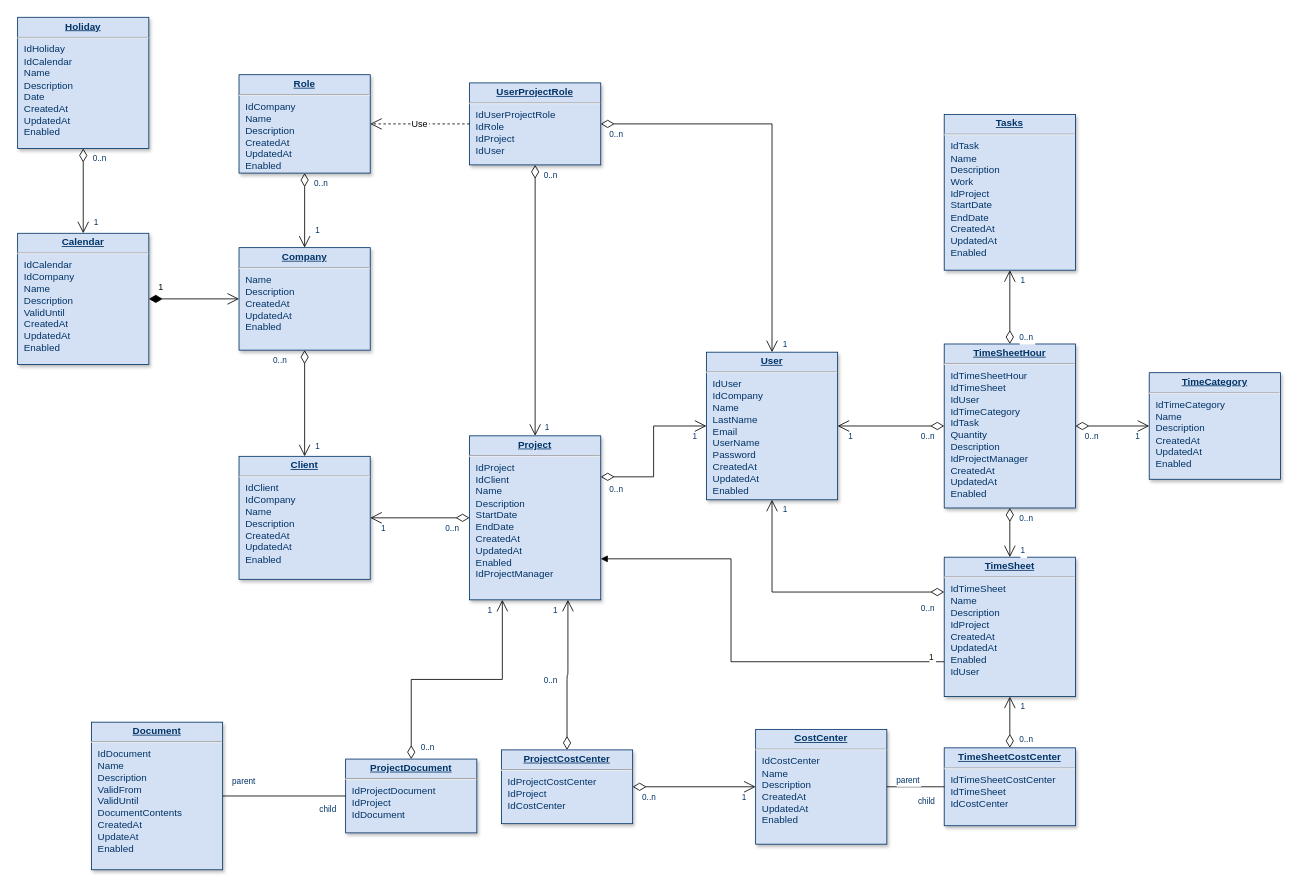
susbiswas/njit-dbms-project2 keeps this draw.io diagram as Untitled Diagram.drawio. Above is the earlier version. Source tidied: cells renumbered, new cells numbered last; positions are measured from the earlier drawing's top-left corner, leaving out a move shared by most shapes. Both pictures are drawn from the tidied source at 82%, with x=0, y=0 at pixel (17, 17).
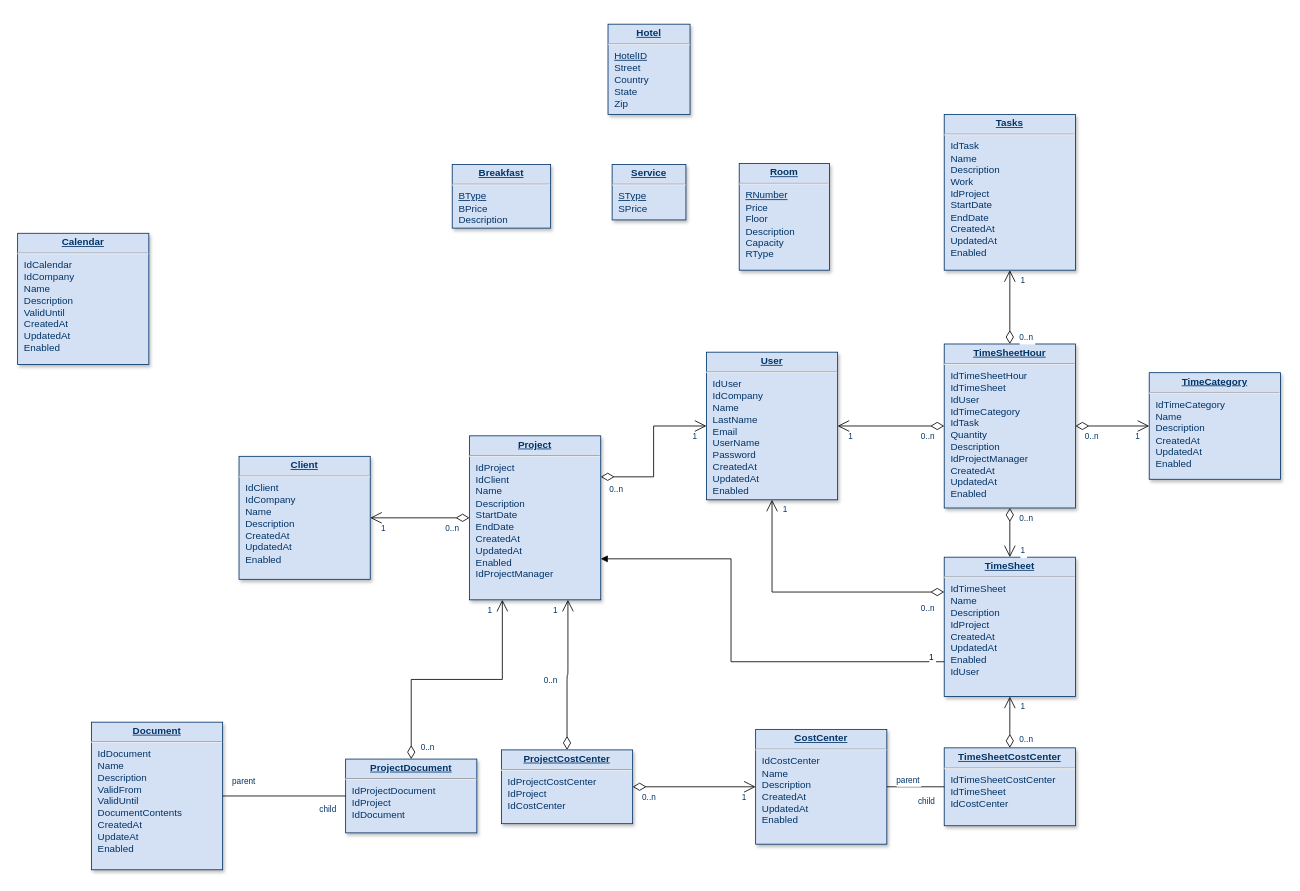
The same diagram, later.

Unchanged cells that the change refers to:
```xml
<mxCell id="4" value="&lt;p style=&quot;margin: 0px; margin-top: 4px; text-align: center; text-decoration: underline;&quot;&gt;&lt;strong&gt;Calendar&lt;/strong&gt;&lt;/p&gt;&lt;hr /&gt;&lt;p style=&quot;margin: 0px; margin-left: 8px;&quot;&gt;IdCalendar&lt;/p&gt;&lt;p style=&quot;margin: 0px; margin-left: 8px;&quot;&gt;IdCompany&lt;/p&gt;&lt;p style=&quot;margin: 0px; margin-left: 8px;&quot;&gt;Name&lt;/p&gt;&lt;p style=&quot;margin: 0px; margin-left: 8px;&quot;&gt;Description&lt;/p&gt;&lt;p style=&quot;margin: 0px; margin-left: 8px;&quot;&gt;ValidUntil&lt;/p&gt;&lt;p style=&quot;margin: 0px; margin-left: 8px;&quot;&gt;CreatedAt&lt;/p&gt;&lt;p style=&quot;margin: 0px; margin-left: 8px;&quot;&gt;UpdatedAt&lt;/p&gt;&lt;p style=&quot;margin: 0px; margin-left: 8px;&quot;&gt;Enabled&lt;/p&gt;" style="verticalAlign=top;align=left;overflow=fill;fontSize=12;fontFamily=Helvetica;html=1;strokeColor=#003366;shadow=1;fillColor=#D4E1F5;fontColor=#003366;" parent="1" vertex="1">
  <mxGeometry y="263" width="160" height="160" as="geometry" />
</mxCell>
<mxCell id="5" value="&lt;p style=&quot;margin: 0px; margin-top: 4px; text-align: center; text-decoration: underline;&quot;&gt;&lt;strong&gt;User&lt;/strong&gt;&lt;/p&gt;&lt;hr /&gt;&lt;p style=&quot;margin: 0px; margin-left: 8px;&quot;&gt;IdUser&lt;/p&gt;&lt;p style=&quot;margin: 0px; margin-left: 8px;&quot;&gt;IdCompany&lt;/p&gt;&lt;p style=&quot;margin: 0px; margin-left: 8px;&quot;&gt;Name&lt;/p&gt;&lt;p style=&quot;margin: 0px; margin-left: 8px;&quot;&gt;LastName&lt;/p&gt;&lt;p style=&quot;margin: 0px; margin-left: 8px;&quot;&gt;Email&lt;/p&gt;&lt;p style=&quot;margin: 0px; margin-left: 8px;&quot;&gt;UserName&lt;/p&gt;&lt;p style=&quot;margin: 0px; margin-left: 8px;&quot;&gt;Password&lt;/p&gt;&lt;p style=&quot;margin: 0px; margin-left: 8px;&quot;&gt;CreatedAt&lt;/p&gt;&lt;p style=&quot;margin: 0px; margin-left: 8px;&quot;&gt;UpdatedAt&lt;/p&gt;&lt;p style=&quot;margin: 0px; margin-left: 8px;&quot;&gt;Enabled&lt;/p&gt;" style="verticalAlign=top;align=left;overflow=fill;fontSize=12;fontFamily=Helvetica;html=1;strokeColor=#003366;shadow=1;fillColor=#D4E1F5;fontColor=#003366;" parent="1" vertex="1">
  <mxGeometry x="840" y="408" width="160" height="180" as="geometry" />
</mxCell>
<mxCell id="7" value="&lt;p style=&quot;margin: 0px; margin-top: 4px; text-align: center; text-decoration: underline;&quot;&gt;&lt;strong&gt;Client&lt;/strong&gt;&lt;/p&gt;&lt;hr /&gt;&lt;p style=&quot;margin: 0px; margin-left: 8px;&quot;&gt;IdClient&lt;/p&gt;&lt;p style=&quot;margin: 0px; margin-left: 8px;&quot;&gt;IdCompany&lt;/p&gt;&lt;p style=&quot;margin: 0px; margin-left: 8px;&quot;&gt;Name&lt;/p&gt;&lt;p style=&quot;margin: 0px; margin-left: 8px;&quot;&gt;Description&lt;/p&gt;&lt;p style=&quot;margin: 0px; margin-left: 8px;&quot;&gt;CreatedAt&lt;/p&gt;&lt;p style=&quot;margin: 0px; margin-left: 8px;&quot;&gt;UpdatedAt&lt;/p&gt;&lt;p style=&quot;margin: 0px; margin-left: 8px;&quot;&gt;Enabled&lt;/p&gt;" style="verticalAlign=top;align=left;overflow=fill;fontSize=12;fontFamily=Helvetica;html=1;strokeColor=#003366;shadow=1;fillColor=#D4E1F5;fontColor=#003366;" parent="1" vertex="1">
  <mxGeometry x="270" y="535" width="160" height="150" as="geometry" />
</mxCell>
<mxCell id="12" value="&lt;p style=&quot;margin: 0px; margin-top: 4px; text-align: center; text-decoration: underline;&quot;&gt;&lt;strong&gt;Project&lt;/strong&gt;&lt;/p&gt;&lt;hr /&gt;&lt;p style=&quot;margin: 0px; margin-left: 8px;&quot;&gt;IdProject&lt;/p&gt;&lt;p style=&quot;margin: 0px; margin-left: 8px;&quot;&gt;IdClient&lt;/p&gt;&lt;p style=&quot;margin: 0px; margin-left: 8px;&quot;&gt;Name&lt;/p&gt;&lt;p style=&quot;margin: 0px; margin-left: 8px;&quot;&gt;Description&lt;/p&gt;&lt;p style=&quot;margin: 0px; margin-left: 8px;&quot;&gt;StartDate&lt;/p&gt;&lt;p style=&quot;margin: 0px; margin-left: 8px;&quot;&gt;EndDate&lt;/p&gt;&lt;p style=&quot;margin: 0px; margin-left: 8px;&quot;&gt;CreatedAt&lt;/p&gt;&lt;p style=&quot;margin: 0px; margin-left: 8px;&quot;&gt;UpdatedAt&lt;/p&gt;&lt;p style=&quot;margin: 0px; margin-left: 8px;&quot;&gt;Enabled&lt;br /&gt;IdProjectManager&lt;/p&gt;" style="verticalAlign=top;align=left;overflow=fill;fontSize=12;fontFamily=Helvetica;html=1;strokeColor=#003366;shadow=1;fillColor=#D4E1F5;fontColor=#003366;" parent="1" vertex="1">
  <mxGeometry x="551.1" y="510" width="160" height="200" as="geometry" />
</mxCell>
```

The edit, as a diff of the source:
```diff
@@
-    <mxCell id="2" value="&lt;p style=&quot;margin: 0px; margin-top: 4px; text-align: center; text-decoration: underline;&quot;&gt;&lt;strong&gt;Role&lt;/strong&gt;&lt;/p&gt;&lt;hr /&gt;&lt;p style=&quot;margin: 0px; margin-left: 8px;&quot;&gt;IdCompany&lt;br /&gt;Name&lt;/p&gt;&lt;p style=&quot;margin: 0px; margin-left: 8px;&quot;&gt;Description&lt;/p&gt;&lt;p style=&quot;margin: 0px; margin-left: 8px;&quot;&gt;CreatedAt&lt;/p&gt;&lt;p style=&quot;margin: 0px; margin-left: 8px;&quot;&gt;UpdatedAt&lt;/p&gt;&lt;p style=&quot;margin: 0px; margin-left: 8px;&quot;&gt;Enabled&lt;/p&gt;" style="verticalAlign=top;align=left;overflow=fill;fontSize=12;fontFamily=Helvetica;html=1;strokeColor=#003366;shadow=1;fillColor=#D4E1F5;fontColor=#003366;" parent="1" vertex="1">
-      <mxGeometry x="270" y="69.6" width="160" height="120" as="geometry" />
+    <mxCell id="2" value="&lt;p style=&quot;margin: 0px ; margin-top: 4px ; text-align: center ; text-decoration: underline&quot;&gt;&lt;b&gt;Service&lt;/b&gt;&lt;/p&gt;&lt;hr&gt;&lt;p style=&quot;margin: 0px ; margin-left: 8px&quot;&gt;&lt;u&gt;SType&lt;/u&gt;&lt;/p&gt;&lt;p style=&quot;margin: 0px ; margin-left: 8px&quot;&gt;SPrice&lt;/p&gt;" style="verticalAlign=top;align=left;overflow=fill;fontSize=12;fontFamily=Helvetica;html=1;strokeColor=#003366;shadow=1;fillColor=#D4E1F5;fontColor=#003366;" parent="1" vertex="1">
+      <mxGeometry x="725" y="179.2" width="90" height="67.5" as="geometry" />
     </mxCell>
-    <mxCell id="3" value="&lt;p style=&quot;margin: 0px; margin-top: 4px; text-align: center; text-decoration: underline;&quot;&gt;&lt;strong&gt;Company&lt;/strong&gt;&lt;/p&gt;&lt;hr /&gt;&lt;p style=&quot;margin: 0px; margin-left: 8px;&quot;&gt;Name&lt;/p&gt;&lt;p style=&quot;margin: 0px; margin-left: 8px;&quot;&gt;Description&lt;/p&gt;&lt;p style=&quot;margin: 0px; margin-left: 8px;&quot;&gt;CreatedAt&lt;/p&gt;&lt;p style=&quot;margin: 0px; margin-left: 8px;&quot;&gt;UpdatedAt&lt;/p&gt;&lt;p style=&quot;margin: 0px; margin-left: 8px;&quot;&gt;Enabled&lt;/p&gt;" style="verticalAlign=top;align=left;overflow=fill;fontSize=12;fontFamily=Helvetica;html=1;strokeColor=#003366;shadow=1;fillColor=#D4E1F5;fontColor=#003366;" parent="1" vertex="1">
-      <mxGeometry x="270" y="280.5" width="160" height="125" as="geometry" />
+    <mxCell id="3" value="&lt;p style=&quot;margin: 0px ; margin-top: 4px ; text-align: center ; text-decoration: underline&quot;&gt;&lt;b&gt;Breakfast&lt;/b&gt;&lt;/p&gt;&lt;hr&gt;&lt;p style=&quot;margin: 0px ; margin-left: 8px&quot;&gt;&lt;u&gt;BType&lt;/u&gt;&lt;/p&gt;&lt;p style=&quot;margin: 0px ; margin-left: 8px&quot;&gt;BPrice&lt;/p&gt;&lt;p style=&quot;margin: 0px ; margin-left: 8px&quot;&gt;Description&lt;/p&gt;" style="verticalAlign=top;align=left;overflow=fill;fontSize=12;fontFamily=Helvetica;html=1;strokeColor=#003366;shadow=1;fillColor=#D4E1F5;fontColor=#003366;" parent="1" vertex="1">
+      <mxGeometry x="530" y="179.2" width="120" height="77.5" as="geometry" />
     </mxCell>
@@
-    <mxCell id="6" value="&lt;p style=&quot;margin: 0px; margin-top: 4px; text-align: center; text-decoration: underline;&quot;&gt;&lt;strong&gt;UserProjectRole&lt;/strong&gt;&lt;/p&gt;&lt;hr /&gt;&lt;p style=&quot;margin: 0px; margin-left: 8px;&quot;&gt;IdUserProjectRole&lt;/p&gt;&lt;p style=&quot;margin: 0px; margin-left: 8px;&quot;&gt;IdRole&lt;/p&gt;&lt;p style=&quot;margin: 0px; margin-left: 8px;&quot;&gt;IdProject&lt;/p&gt;&lt;p style=&quot;margin: 0px; margin-left: 8px;&quot;&gt;IdUser&lt;/p&gt;" style="verticalAlign=top;align=left;overflow=fill;fontSize=12;fontFamily=Helvetica;html=1;strokeColor=#003366;shadow=1;fillColor=#D4E1F5;fontColor=#003366;" parent="1" vertex="1">
-      <mxGeometry x="551.1" y="79.6" width="160" height="100" as="geometry" />
+    <mxCell id="6" value="&lt;p style=&quot;margin: 0px ; margin-top: 4px ; text-align: center ; text-decoration: underline&quot;&gt;&lt;b&gt;Room&lt;/b&gt;&lt;/p&gt;&lt;hr&gt;&lt;p style=&quot;margin: 0px ; margin-left: 8px&quot;&gt;&lt;u&gt;RNumber&lt;/u&gt;&lt;/p&gt;&lt;p style=&quot;margin: 0px ; margin-left: 8px&quot;&gt;Price&lt;/p&gt;&lt;p style=&quot;margin: 0px ; margin-left: 8px&quot;&gt;Floor&lt;/p&gt;&lt;p style=&quot;margin: 0px ; margin-left: 8px&quot;&gt;Description&lt;/p&gt;&lt;p style=&quot;margin: 0px ; margin-left: 8px&quot;&gt;Capacity&lt;/p&gt;&lt;p style=&quot;margin: 0px ; margin-left: 8px&quot;&gt;RType&lt;/p&gt;&lt;p style=&quot;margin: 0px ; margin-left: 8px&quot;&gt;&lt;br&gt;&lt;/p&gt;&lt;p style=&quot;margin: 0px ; margin-left: 8px&quot;&gt;&lt;br&gt;&lt;/p&gt;" style="verticalAlign=top;align=left;overflow=fill;fontSize=12;fontFamily=Helvetica;html=1;strokeColor=#003366;shadow=1;fillColor=#D4E1F5;fontColor=#003366;" parent="1" vertex="1">
+      <mxGeometry x="880" y="178" width="110" height="130" as="geometry" />
     </mxCell>
@@
-    <mxCell id="8" value="&lt;p style=&quot;margin: 0px; margin-top: 4px; text-align: center; text-decoration: underline;&quot;&gt;&lt;strong&gt;Holiday&lt;/strong&gt;&lt;/p&gt;&lt;hr /&gt;&lt;p style=&quot;margin: 0px; margin-left: 8px;&quot;&gt;IdHoliday&lt;/p&gt;&lt;p style=&quot;margin: 0px; margin-left: 8px;&quot;&gt;IdCalendar&lt;/p&gt;&lt;p style=&quot;margin: 0px; margin-left: 8px;&quot;&gt;Name&lt;/p&gt;&lt;p style=&quot;margin: 0px; margin-left: 8px;&quot;&gt;Description&lt;/p&gt;&lt;p style=&quot;margin: 0px; margin-left: 8px;&quot;&gt;Date&lt;/p&gt;&lt;p style=&quot;margin: 0px; margin-left: 8px;&quot;&gt;CreatedAt&lt;/p&gt;&lt;p style=&quot;margin: 0px; margin-left: 8px;&quot;&gt;UpdatedAt&lt;/p&gt;&lt;p style=&quot;margin: 0px; margin-left: 8px;&quot;&gt;Enabled&lt;/p&gt;" style="verticalAlign=top;align=left;overflow=fill;fontSize=12;fontFamily=Helvetica;html=1;strokeColor=#003366;shadow=1;fillColor=#D4E1F5;fontColor=#003366;" parent="1" vertex="1">
-      <mxGeometry y="-0.4" width="160" height="160" as="geometry" />
+    <mxCell id="8" value="&lt;p style=&quot;margin: 0px ; margin-top: 4px ; text-align: center ; text-decoration: underline&quot;&gt;&lt;strong&gt;Hotel&lt;/strong&gt;&lt;/p&gt;&lt;hr&gt;&lt;p style=&quot;margin: 0px ; margin-left: 8px&quot;&gt;&lt;u&gt;HotelID&lt;/u&gt;&lt;/p&gt;&lt;p style=&quot;margin: 0px ; margin-left: 8px&quot;&gt;Street&lt;/p&gt;&lt;p style=&quot;margin: 0px ; margin-left: 8px&quot;&gt;Country&lt;/p&gt;&lt;p style=&quot;margin: 0px ; margin-left: 8px&quot;&gt;State&lt;/p&gt;&lt;p style=&quot;margin: 0px ; margin-left: 8px&quot;&gt;Zip&lt;/p&gt;&lt;p style=&quot;margin: 0px ; margin-left: 8px&quot;&gt;&lt;u&gt;&lt;br&gt;&lt;/u&gt;&lt;/p&gt;" style="verticalAlign=top;align=left;overflow=fill;fontSize=12;fontFamily=Helvetica;html=1;strokeColor=#003366;shadow=1;fillColor=#D4E1F5;fontColor=#003366;" parent="1" vertex="1">
+      <mxGeometry x="720" y="8" width="100" height="110" as="geometry" />
     </mxCell>
@@
-    <mxCell id="19" style="endArrow=open;endSize=12;startArrow=diamondThin;startSize=14;startFill=0;edgeStyle=orthogonalEdgeStyle;" parent="1" edge="1" source="2" target="3">
-      <mxGeometry y="160" as="geometry" />
-    </mxCell>
-    <mxCell id="20" value="0..n" style="align=left;verticalAlign=top;labelBackgroundColor=#ffffff;fontSize=10;strokeColor=#003366;shadow=1;fillColor=#D4E1F5;fontColor=#003366;" parent="19" vertex="1">
-      <mxGeometry x="-1" relative="1" as="geometry">
-        <mxPoint x="10" as="offset" />
-      </mxGeometry>
-    </mxCell>
-    <mxCell id="21" value="1" style="align=right;verticalAlign=top;labelBackgroundColor=#ffffff;fontSize=10;strokeColor=#003366;shadow=1;fillColor=#D4E1F5;fontColor=#003366;" parent="19" vertex="1">
-      <mxGeometry x="1" relative="1" as="geometry">
-        <mxPoint x="590" y="105" as="offset" />
-      </mxGeometry>
-    </mxCell>
-    <mxCell id="22" style="endArrow=open;endSize=12;startArrow=diamondThin;startSize=14;startFill=0;edgeStyle=orthogonalEdgeStyle;rounded=0;" parent="1" edge="1" source="6" target="5">
-      <mxGeometry x="519.4" y="180" as="geometry" />
-    </mxCell>
-    <mxCell id="23" value="0..n" style="align=left;verticalAlign=top;labelBackgroundColor=#ffffff;fontSize=10;strokeColor=#003366;shadow=1;fillColor=#D4E1F5;fontColor=#003366;" parent="22" vertex="1">
-      <mxGeometry x="-1" relative="1" as="geometry">
-        <mxPoint x="8.9" as="offset" />
-      </mxGeometry>
-    </mxCell>
-    <mxCell id="24" value="1" style="align=right;verticalAlign=top;labelBackgroundColor=#ffffff;fontSize=10;strokeColor=#003366;shadow=1;fillColor=#D4E1F5;fontColor=#003366;" parent="22" vertex="1">
-      <mxGeometry x="1" relative="1" as="geometry">
-        <mxPoint x="-550" y="-160" as="offset" />
-      </mxGeometry>
-    </mxCell>
@@
-    <mxCell id="28" style="endArrow=open;endSize=12;startArrow=diamondThin;startSize=14;startFill=0;edgeStyle=orthogonalEdgeStyle;" parent="1" edge="1" source="6" target="12">
-      <mxGeometry x="389.4" y="350" as="geometry" />
-    </mxCell>
-    <mxCell id="29" value="0..n" style="align=left;verticalAlign=top;labelBackgroundColor=#ffffff;fontSize=10;strokeColor=#003366;shadow=1;fillColor=#D4E1F5;fontColor=#003366;" parent="28" vertex="1">
-      <mxGeometry x="-1" relative="1" as="geometry">
-        <mxPoint x="8.9" as="offset" />
-      </mxGeometry>
-    </mxCell>
-    <mxCell id="30" value="1" style="align=right;verticalAlign=top;labelBackgroundColor=#ffffff;fontSize=10;strokeColor=#003366;shadow=1;fillColor=#D4E1F5;fontColor=#003366;" parent="28" vertex="1">
-      <mxGeometry x="1" relative="1" as="geometry">
-        <mxPoint x="18.9" y="-22" as="offset" />
-      </mxGeometry>
-    </mxCell>
@@
-    <mxCell id="58" style="endArrow=open;endSize=12;startArrow=diamondThin;startSize=14;startFill=0;edgeStyle=orthogonalEdgeStyle;" parent="1" edge="1" source="3" target="7">
-      <mxGeometry x="519.4" y="200" as="geometry" />
-    </mxCell>
-    <mxCell id="59" value="0..n" style="align=left;verticalAlign=top;labelBackgroundColor=#ffffff;fontSize=10;strokeColor=#003366;shadow=1;fillColor=#D4E1F5;fontColor=#003366;" parent="58" vertex="1">
-      <mxGeometry x="-1" relative="1" as="geometry">
-        <mxPoint x="-40" as="offset" />
-      </mxGeometry>
-    </mxCell>
-    <mxCell id="60" value="1" style="align=right;verticalAlign=top;labelBackgroundColor=#ffffff;fontSize=10;strokeColor=#003366;shadow=1;fillColor=#D4E1F5;fontColor=#003366;" parent="58" vertex="1">
-      <mxGeometry x="1" relative="1" as="geometry">
-        <mxPoint x="20" y="-25" as="offset" />
-      </mxGeometry>
-    </mxCell>
-    <mxCell id="61" style="endArrow=open;endSize=12;startArrow=diamondThin;startSize=14;startFill=0;edgeStyle=orthogonalEdgeStyle;" parent="1" edge="1" source="8" target="4">
-      <mxGeometry x="620" y="340" as="geometry" />
-    </mxCell>
-    <mxCell id="62" value="0..n" style="align=left;verticalAlign=top;labelBackgroundColor=#ffffff;fontSize=10;strokeColor=#003366;shadow=1;fillColor=#D4E1F5;fontColor=#003366;" parent="61" vertex="1">
-      <mxGeometry x="-1" relative="1" as="geometry">
-        <mxPoint x="10" as="offset" />
-      </mxGeometry>
-    </mxCell>
-    <mxCell id="63" value="1" style="align=right;verticalAlign=top;labelBackgroundColor=#ffffff;fontSize=10;strokeColor=#003366;shadow=1;fillColor=#D4E1F5;fontColor=#003366;" parent="61" vertex="1">
-      <mxGeometry x="1" relative="1" as="geometry">
-        <mxPoint x="20" y="-25" as="offset" />
-      </mxGeometry>
-    </mxCell>
@@
-    <mxCell id="67" value="Use" style="endArrow=open;endSize=12;dashed=1;" parent="1" edge="1" source="6" target="2">
-      <mxGeometry x="430" y="50" as="geometry" />
-    </mxCell>
-    <mxCell id="68" value="1" style="endArrow=open;endSize=12;startArrow=diamondThin;startSize=14;startFill=1;edgeStyle=orthogonalEdgeStyle;align=left;verticalAlign=bottom;" parent="1" edge="1" source="4" target="3">
-      <mxGeometry x="-0.82" y="5" relative="1" as="geometry" />
-    </mxCell>
```
